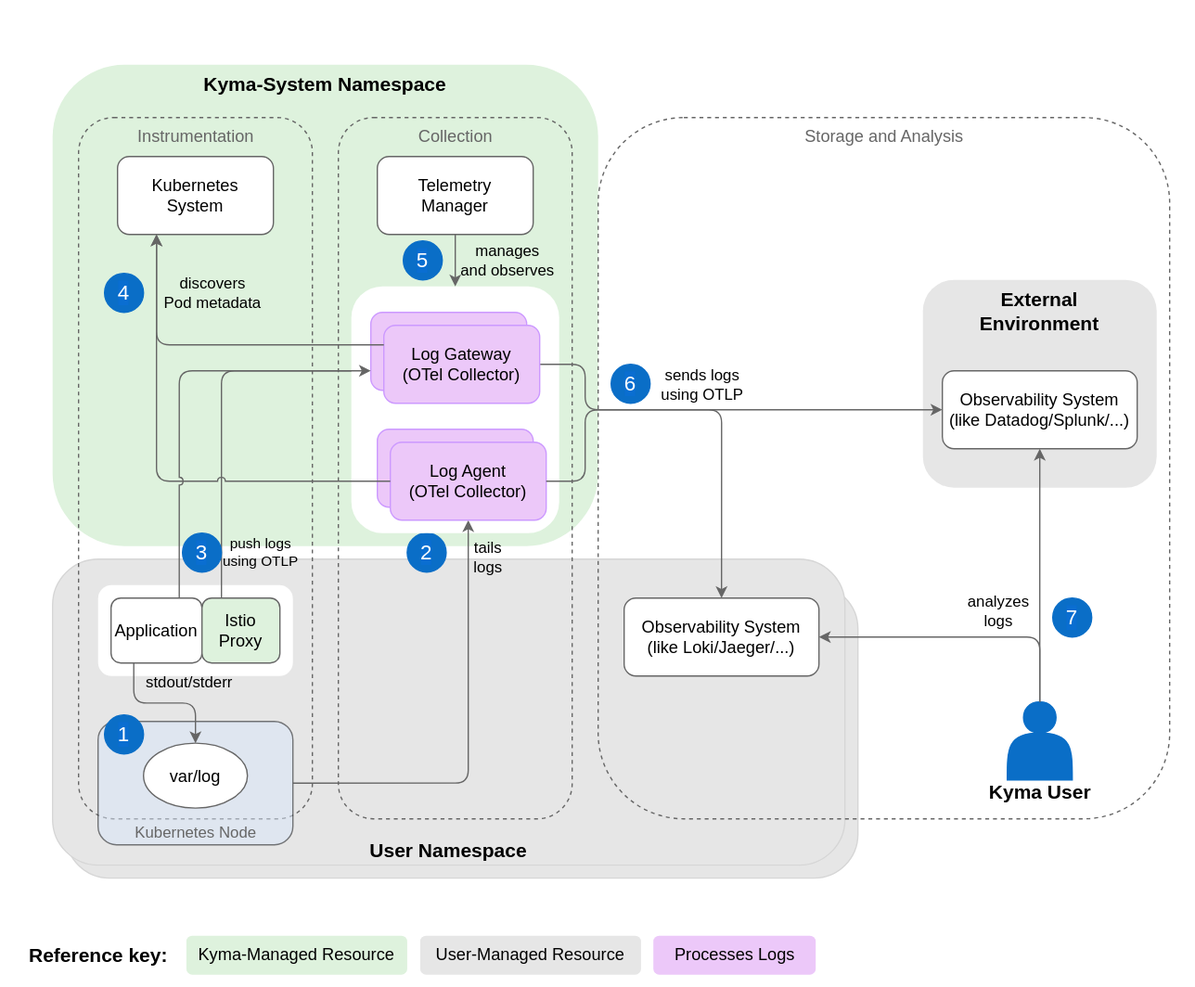
Earlier version of the draw.io export docs/user/assets/logs-arch.drawio.svg (kyma-project/telemetry-manager). Source tidied: cells renumbered, new cells last; positions are measured from the earlier drawing's top-left corner, leaving out a move shared by most shapes.
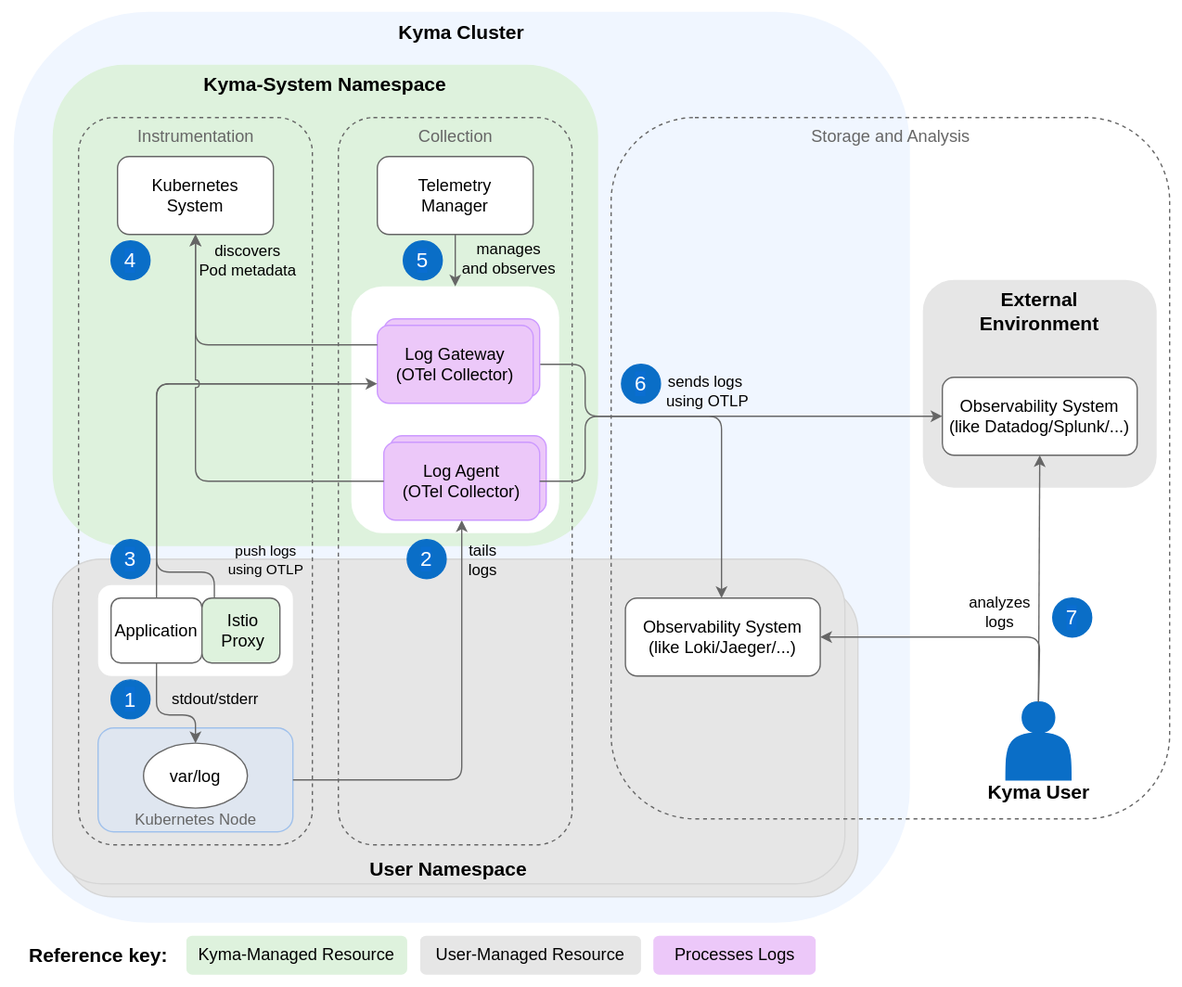
The same diagram one commit later.

Commit message:
restore kyma cluster and reduce line jumps

The edit, as a diff of the source:
```diff
@@ -4,8 +4,8 @@
     <mxCell id="1" parent="0" />
+    <mxCell id="3" style="rounded=0;whiteSpace=wrap;html=1;fillColor=#FFFFFF;strokeColor=none;" parent="1" vertex="1">
+      <mxGeometry width="910" height="760" as="geometry" />
+    </mxCell>
     <mxCell id="2" value="&lt;b style=&quot;color: rgb(0, 0, 0); font-size: 15px;&quot;&gt;&lt;font style=&quot;font-size: 15px;&quot;&gt;Kyma Cluster&lt;br style=&quot;font-size: 15px;&quot;&gt;&lt;/font&gt;&lt;/b&gt;" style="rounded=1;whiteSpace=wrap;html=1;fillColor=#F0F6FF;strokeColor=none;fontColor=#333333;verticalAlign=top;fontSize=15;" parent="1" vertex="1">
-      <mxGeometry x="10" y="8.6" width="680" height="701.4" as="geometry" />
+      <mxGeometry x="10" y="8.6" width="690" height="701.4" as="geometry" />
     </mxCell>
-    <mxCell id="3" style="rounded=0;whiteSpace=wrap;html=1;fillColor=#FFFFFF;strokeColor=none;" parent="1" vertex="1">
-      <mxGeometry width="920" height="760" as="geometry" />
-    </mxCell>
     <mxCell id="4" value="&lt;b style=&quot;color: rgb(0, 0, 0); font-size: 15px;&quot;&gt;Kyma-System Namespace&lt;br style=&quot;font-size: 15px;&quot;&gt;&lt;/b&gt;" style="rounded=1;whiteSpace=wrap;html=1;dashed=1;fillColor=#DEF2DD;strokeColor=none;verticalAlign=top;fontSize=15;" parent="1" vertex="1">
@@ -14,3 +14,3 @@
     <mxCell id="5" style="group;" parent="1" vertex="1">
-      <mxGeometry x="755" y="540" width="90" height="79" as="geometry" />
+      <mxGeometry x="754" y="540" width="90" height="79" as="geometry" />
     </mxCell>
@@ -23,9 +23,9 @@
     <mxCell id="8" style="rounded=1;whiteSpace=wrap;html=1;fillColor=#E6E6E6;strokeColor=#d6d6d6;" parent="1" vertex="1">
-      <mxGeometry x="50" y="450" width="610" height="225.7" as="geometry" />
+      <mxGeometry x="50" y="450" width="610" height="240" as="geometry" />
     </mxCell>
     <mxCell id="9" value="&lt;b style=&quot;color: rgb(0, 0, 0); font-size: 15px;&quot;&gt;User Namespace&lt;br style=&quot;font-size: 15px;&quot;&gt;&lt;/b&gt;" style="rounded=1;whiteSpace=wrap;html=1;fillColor=#E6E6E6;strokeColor=#D6D6D6;verticalAlign=bottom;fontSize=15;" parent="1" vertex="1">
-      <mxGeometry x="40" y="430" width="610" height="235.7" as="geometry" />
+      <mxGeometry x="40" y="430" width="610" height="250" as="geometry" />
     </mxCell>
     <mxCell id="10" value="&lt;font color=&quot;#666666&quot; style=&quot;font-size: 13px;&quot;&gt;Storage and Analysis&lt;br style=&quot;font-size: 13px;&quot;&gt;&lt;/font&gt;" style="html=1;fillColor=none;strokeColor=#666666;rounded=1;dashed=1;verticalAlign=top;fontSize=13;" parent="1" vertex="1">
-      <mxGeometry x="460" y="90" width="440" height="540" as="geometry" />
+      <mxGeometry x="470" y="90" width="430" height="540" as="geometry" />
     </mxCell>
@@ -35,12 +35,12 @@
     <mxCell id="12" value="Observability System&lt;br style=&quot;font-size: 13px;&quot;&gt;(like Datadog/Splunk/...)" style="rounded=1;whiteSpace=wrap;html=1;fontColor=#000000;fillColor=#FFFFFF;strokeColor=#666666;fontSize=13;" parent="1" vertex="1">
-      <mxGeometry x="725" y="285" width="150" height="60" as="geometry" />
+      <mxGeometry x="725" y="290" width="150" height="60" as="geometry" />
     </mxCell>
     <mxCell id="13" value="Observability System&lt;br style=&quot;font-size: 13px;&quot;&gt;(like Loki/Jaeger/...)" style="rounded=1;whiteSpace=wrap;html=1;fontColor=#000000;fillColor=#FFFFFF;strokeColor=#666666;fontSize=13;" parent="1" vertex="1">
-      <mxGeometry x="480" y="460" width="150" height="60" as="geometry" />
+      <mxGeometry x="481" y="460" width="150" height="60" as="geometry" />
     </mxCell>
     <mxCell id="14" value="&lt;font color=&quot;#666666&quot; style=&quot;font-size: 13px;&quot;&gt;Instrumentation&lt;br style=&quot;font-size: 13px;&quot;&gt;&lt;/font&gt;" style="html=1;fillColor=none;strokeColor=#666666;rounded=1;dashed=1;verticalAlign=top;fontSize=13;" parent="1" vertex="1">
-      <mxGeometry x="60" y="90" width="180" height="540" as="geometry" />
+      <mxGeometry x="60" y="90" width="180" height="560" as="geometry" />
     </mxCell>
     <mxCell id="15" value="&lt;font color=&quot;#666666&quot; style=&quot;font-size: 13px;&quot;&gt;Collection&lt;br style=&quot;font-size: 13px;&quot;&gt;&lt;/font&gt;" style="html=1;fillColor=none;strokeColor=#666666;rounded=1;dashed=1;verticalAlign=top;fontSize=13;" parent="1" vertex="1">
-      <mxGeometry x="260" y="90" width="180" height="540" as="geometry" />
+      <mxGeometry x="260" y="90" width="180" height="560" as="geometry" />
     </mxCell>
@@ -59,6 +59,6 @@
     <mxCell id="20" value="&lt;font style=&quot;font-size: 16px&quot;&gt;6&lt;/font&gt;" style="ellipse;whiteSpace=wrap;html=1;labelBackgroundColor=#0A6ED1;fontColor=#FFFFFF;fillColor=#0A6EC7;strokeColor=#0A6EC7;" parent="1" vertex="1">
-      <mxGeometry x="470" y="280" width="30" height="30" as="geometry" />
+      <mxGeometry x="478" y="280" width="30" height="30" as="geometry" />
     </mxCell>
     <mxCell id="21" value="stdout/stderr" style="text;html=1;align=center;verticalAlign=middle;fontSize=12;" parent="1" vertex="1">
-      <mxGeometry x="100" y="510" width="90" height="30" as="geometry" />
+      <mxGeometry x="120" y="523" width="90" height="30" as="geometry" />
     </mxCell>
@@ -67,5 +67,2 @@
     </mxCell>
-    <mxCell id="23" value="&lt;font style=&quot;font-size: 16px&quot;&gt;4&lt;/font&gt;" style="ellipse;whiteSpace=wrap;html=1;labelBackgroundColor=#0A6ED1;fontColor=#FFFFFF;fillColor=#0A6EC7;strokeColor=#0A6EC7;" parent="1" vertex="1">
-      <mxGeometry x="80" y="210" width="30" height="30" as="geometry" />
-    </mxCell>
     <mxCell id="24" value="&lt;font style=&quot;font-size: 16px&quot;&gt;5&lt;/font&gt;" style="ellipse;whiteSpace=wrap;html=1;labelBackgroundColor=#0A6ED1;fontColor=#FFFFFF;fillColor=#0A6EC7;strokeColor=#0A6EC7;" parent="1" vertex="1">
@@ -73,4 +70,4 @@
     </mxCell>
-    <mxCell id="25" value="&lt;font color=&quot;#666666&quot;&gt;Kubernetes Node&lt;br&gt;&lt;/font&gt;" style="html=1;fillColor=#dae8fc;strokeColor=default;rounded=1;verticalAlign=bottom;opacity=50;" parent="1" vertex="1">
-      <mxGeometry x="75" y="555" width="150" height="95" as="geometry" />
+    <mxCell id="25" value="&lt;font color=&quot;#666666&quot;&gt;Kubernetes Node&lt;br&gt;&lt;/font&gt;" style="html=1;fillColor=#dae8fc;strokeColor=#5f9beb;rounded=1;verticalAlign=bottom;opacity=50;" parent="1" vertex="1">
+      <mxGeometry x="75" y="560" width="150" height="80" as="geometry" />
     </mxCell>
@@ -80,3 +77,3 @@
     <mxCell id="27" value="&lt;font style=&quot;font-size: 16px&quot;&gt;1&lt;/font&gt;" style="ellipse;whiteSpace=wrap;html=1;labelBackgroundColor=#0A6ED1;fontColor=#FFFFFF;fillColor=#0A6EC7;strokeColor=#0A6EC7;" parent="1" vertex="1">
-      <mxGeometry x="80" y="550" width="30" height="30" as="geometry" />
+      <mxGeometry x="85" y="523" width="30" height="30" as="geometry" />
     </mxCell>
@@ -91,4 +88,9 @@
     </mxCell>
-    <mxCell id="31" style="edgeStyle=orthogonalEdgeStyle;rounded=1;jettySize=auto;html=1;startArrow=none;startFill=0;endArrow=classic;endFill=1;strokeColor=#666666;exitX=0.25;exitY=1;exitDx=0;exitDy=0;entryX=0.5;entryY=0;entryDx=0;entryDy=0;" parent="1" edge="1" source="29" target="26">
-      <mxGeometry relative="1" as="geometry" />
+    <mxCell id="31" style="edgeStyle=orthogonalEdgeStyle;rounded=1;jettySize=auto;html=1;startArrow=none;startFill=0;endArrow=classic;endFill=1;strokeColor=#666666;exitX=0.5;exitY=1;exitDx=0;exitDy=0;entryX=0.5;entryY=0;entryDx=0;entryDy=0;" parent="1" edge="1" source="29" target="26">
+      <mxGeometry relative="1" as="geometry">
+        <Array as="points">
+          <mxPoint x="120" y="550" />
+          <mxPoint x="150" y="550" />
+        </Array>
+      </mxGeometry>
     </mxCell>
@@ -119,4 +121,10 @@
     </mxCell>
-    <mxCell id="37" style="edgeStyle=orthogonalEdgeStyle;rounded=1;jettySize=auto;html=1;startArrow=none;startFill=0;endArrow=classic;endFill=1;strokeColor=#666666;entryX=0;entryY=0.75;entryDx=0;entryDy=0;exitX=0.25;exitY=0;exitDx=0;exitDy=0;jumpStyle=arc;" parent="1" edge="1" source="30" target="52">
-      <mxGeometry relative="1" as="geometry" />
+    <mxCell id="37" style="edgeStyle=orthogonalEdgeStyle;rounded=1;jettySize=auto;html=1;startArrow=none;startFill=0;endArrow=classic;endFill=1;strokeColor=#666666;exitX=0.159;exitY=0.002;exitDx=0;exitDy=0;jumpStyle=none;entryX=0;entryY=0.75;entryDx=0;entryDy=0;exitPerimeter=0;" parent="1" edge="1" source="30" target="53">
+      <mxGeometry relative="1" as="geometry">
+        <Array as="points">
+          <mxPoint x="165" y="440" />
+          <mxPoint x="120" y="440" />
+          <mxPoint x="120" y="295" />
+        </Array>
+      </mxGeometry>
     </mxCell>
@@ -124,3 +132,3 @@
       <mxGeometry x="-0.69" y="1" relative="1" as="geometry">
-        <mxPoint x="31" y="9" as="offset" />
+        <mxPoint x="76" y="-11" as="offset" />
       </mxGeometry>
@@ -128,6 +136,6 @@
     <mxCell id="39" value="&lt;font style=&quot;font-size: 16px&quot;&gt;3&lt;/font&gt;" style="ellipse;whiteSpace=wrap;html=1;labelBackgroundColor=#0A6ED1;fontColor=#FFFFFF;fillColor=#0A6EC7;strokeColor=#0A6EC7;" parent="1" vertex="1">
-      <mxGeometry x="140" y="410" width="30" height="30" as="geometry" />
+      <mxGeometry x="85" y="415" width="30" height="30" as="geometry" />
     </mxCell>
     <mxCell id="40" value="&lt;font style=&quot;font-size: 16px&quot;&gt;2&lt;/font&gt;" style="ellipse;whiteSpace=wrap;html=1;labelBackgroundColor=#0A6ED1;fontColor=#FFFFFF;fillColor=#0A6EC7;strokeColor=#0A6EC7;" parent="1" vertex="1">
-      <mxGeometry x="313" y="410" width="30" height="30" as="geometry" />
+      <mxGeometry x="313" y="415" width="30" height="30" as="geometry" />
     </mxCell>
@@ -140,3 +148,3 @@
     <mxCell id="43" value="Log Agent&lt;br&gt;(Fluent Bit)" style="rounded=1;whiteSpace=wrap;html=1;fillColor=#ecc8f9;strokeColor=#CC99FF;fontColor=#000000;" parent="1" vertex="1">
-      <mxGeometry x="290" y="330" width="120" height="60" as="geometry" />
+      <mxGeometry x="300" y="335" width="120" height="60" as="geometry" />
     </mxCell>
@@ -147,3 +155,3 @@
       <mxGeometry x="0.35" y="-4" relative="1" as="geometry">
-        <mxPoint x="11" y="-80" as="offset" />
+        <mxPoint x="11" y="-78" as="offset" />
       </mxGeometry>
@@ -151,16 +159,4 @@
     <mxCell id="46" value="Log Agent&lt;br style=&quot;font-size: 13px;&quot;&gt;(OTel Collector)" style="rounded=1;whiteSpace=wrap;html=1;fillColor=#ecc8f9;strokeColor=#CC99FF;fontColor=#000000;fontSize=13;" parent="1" vertex="1">
-      <mxGeometry x="300" y="340" width="120" height="60" as="geometry" />
+      <mxGeometry x="295" y="340" width="120" height="60" as="geometry" />
     </mxCell>
-    <mxCell id="47" style="edgeStyle=orthogonalEdgeStyle;rounded=1;jettySize=auto;html=1;startArrow=none;startFill=0;endArrow=classic;endFill=1;strokeColor=#666666;entryX=0.25;entryY=1;entryDx=0;entryDy=0;exitX=0;exitY=0.5;exitDx=0;exitDy=0;jumpStyle=arc;" parent="1" edge="1" source="46" target="19">
-      <mxGeometry relative="1" as="geometry">
-        <Array as="points">
-          <mxPoint x="120" y="370" />
-        </Array>
-      </mxGeometry>
-    </mxCell>
-    <mxCell id="48" value="&lt;font style=&quot;font-size: 12px;&quot;&gt;discovers&lt;br style=&quot;font-size: 12px;&quot;&gt;Pod metadata&lt;/font&gt;" style="text;html=1;align=center;verticalAlign=middle;labelBackgroundColor=none;fontSize=12;" parent="47" vertex="1">
-      <mxGeometry x="-0.24" y="2" relative="1" as="geometry">
-        <mxPoint x="3" y="-147" as="offset" />
-      </mxGeometry>
-    </mxCell>
     <mxCell id="49" style="edgeStyle=orthogonalEdgeStyle;rounded=1;jettySize=auto;html=1;entryX=0;entryY=0.5;entryDx=0;entryDy=0;strokeColor=#666666;exitX=1;exitY=0.5;exitDx=0;exitDy=0;" parent="1" edge="1" source="53" target="12">
@@ -169,3 +165,4 @@
           <mxPoint x="450" y="280" />
-          <mxPoint x="450" y="315" />
+          <mxPoint x="450" y="320" />
+          <mxPoint x="725" y="320" />
         </Array>
@@ -175,3 +172,3 @@
       <mxGeometry x="-0.14" y="-2" relative="1" as="geometry">
-        <mxPoint x="11" y="-22" as="offset" />
+        <mxPoint x="20" y="-22" as="offset" />
       </mxGeometry>
@@ -182,4 +179,4 @@
           <mxPoint x="450" y="370" />
-          <mxPoint x="450" y="315" />
-          <mxPoint x="555" y="315" />
+          <mxPoint x="450" y="320" />
+          <mxPoint x="555" y="320" />
         </Array>
@@ -188,15 +185,8 @@
     <mxCell id="52" value="Log Agent&lt;br&gt;(Fluent Bit)" style="rounded=1;whiteSpace=wrap;html=1;fillColor=#ecc8f9;strokeColor=#CC99FF;fontColor=#000000;" parent="1" vertex="1">
-      <mxGeometry x="285" y="240" width="120" height="60" as="geometry" />
+      <mxGeometry x="295" y="245" width="120" height="60" as="geometry" />
     </mxCell>
     <mxCell id="53" value="Log Gateway&lt;br style=&quot;font-size: 13px;&quot;&gt;(OTel Collector)" style="rounded=1;whiteSpace=wrap;html=1;fillColor=#ecc8f9;strokeColor=#CC99FF;fontColor=#000000;fontSize=13;" parent="1" vertex="1">
-      <mxGeometry x="295" y="250" width="120" height="60" as="geometry" />
+      <mxGeometry x="290" y="250" width="120" height="60" as="geometry" />
     </mxCell>
-    <mxCell id="54" style="edgeStyle=orthogonalEdgeStyle;rounded=1;jettySize=auto;html=1;startArrow=none;startFill=0;endArrow=classic;endFill=1;strokeColor=#666666;entryX=0.25;entryY=1;entryDx=0;entryDy=0;exitX=0;exitY=0.25;exitDx=0;exitDy=0;" parent="1" edge="1" source="53" target="19">
-      <mxGeometry relative="1" as="geometry">
-        <Array as="points">
-          <mxPoint x="120" y="265" />
-        </Array>
-      </mxGeometry>
-    </mxCell>
-    <mxCell id="55" style="edgeStyle=orthogonalEdgeStyle;rounded=1;jettySize=auto;html=1;startArrow=none;startFill=0;endArrow=classic;endFill=1;strokeColor=#666666;entryX=0;entryY=0.75;entryDx=0;entryDy=0;exitX=0.75;exitY=0;exitDx=0;exitDy=0;jumpStyle=arc;" parent="1" edge="1" source="29" target="52">
+    <mxCell id="55" style="edgeStyle=orthogonalEdgeStyle;rounded=1;jettySize=auto;html=1;startArrow=none;startFill=0;endArrow=classic;endFill=1;strokeColor=#666666;entryX=0;entryY=0.75;entryDx=0;entryDy=0;exitX=0.5;exitY=0;exitDx=0;exitDy=0;jumpStyle=none;" parent="1" edge="1" source="29" target="53">
       <mxGeometry relative="1" as="geometry" />
@@ -213,5 +203,22 @@
       <mxGeometry x="0.21" y="3" relative="1" as="geometry">
-        <mxPoint x="37" y="-4" as="offset" />
+        <mxPoint x="37" y="-7" as="offset" />
       </mxGeometry>
     </mxCell>
+    <mxCell id="23" value="&lt;font style=&quot;font-size: 16px&quot;&gt;4&lt;/font&gt;" style="ellipse;whiteSpace=wrap;html=1;labelBackgroundColor=#0A6ED1;fontColor=#FFFFFF;fillColor=#0A6EC7;strokeColor=#0A6EC7;" parent="1" vertex="1">
+      <mxGeometry x="85" y="185" width="30" height="30" as="geometry" />
+    </mxCell>
+    <mxCell id="47" style="edgeStyle=orthogonalEdgeStyle;rounded=1;jettySize=auto;html=1;startArrow=none;startFill=0;endArrow=classic;endFill=1;strokeColor=#666666;entryX=0.5;entryY=1;entryDx=0;entryDy=0;exitX=0;exitY=0.5;exitDx=0;exitDy=0;labelBackgroundColor=none;jumpStyle=arc;" parent="1" edge="1" source="46" target="19">
+      <mxGeometry x="0.83" y="-40" relative="1" as="geometry">
+        <Array as="points">
+          <mxPoint x="150" y="370" />
+        </Array>
+      </mxGeometry>
+    </mxCell>
+    <mxCell id="54" value="&lt;meta charset=&quot;utf-8&quot;&gt;&lt;span style=&quot;color: rgb(0, 0, 0); font-family: Helvetica; font-size: 12px; font-style: normal; font-variant-ligatures: normal; font-variant-caps: normal; font-weight: 400; letter-spacing: normal; orphans: 2; text-align: center; text-indent: 0px; text-transform: none; widows: 2; word-spacing: 0px; -webkit-text-stroke-width: 0px; text-decoration-thickness: initial; text-decoration-style: initial; text-decoration-color: initial; float: none; display: inline !important;&quot;&gt;discovers&lt;/span&gt;&lt;br style=&quot;border-color: var(--border-color); color: rgb(0, 0, 0); font-family: Helvetica; font-size: 12px; font-style: normal; font-variant-ligatures: normal; font-variant-caps: normal; font-weight: 400; letter-spacing: normal; orphans: 2; text-align: center; text-indent: 0px; text-transform: none; widows: 2; word-spacing: 0px; -webkit-text-stroke-width: 0px; text-decoration-thickness: initial; text-decoration-style: initial; text-decoration-color: initial;&quot;&gt;&lt;span style=&quot;color: rgb(0, 0, 0); font-family: Helvetica; font-size: 12px; font-style: normal; font-variant-ligatures: normal; font-variant-caps: normal; font-weight: 400; letter-spacing: normal; orphans: 2; text-align: center; text-indent: 0px; text-transform: none; widows: 2; word-spacing: 0px; -webkit-text-stroke-width: 0px; text-decoration-thickness: initial; text-decoration-style: initial; text-decoration-color: initial; float: none; display: inline !important;&quot;&gt;Pod metadata&lt;/span&gt;" style="edgeStyle=orthogonalEdgeStyle;rounded=1;jettySize=auto;html=1;startArrow=none;startFill=0;endArrow=classic;endFill=1;strokeColor=#666666;entryX=0.5;entryY=1;entryDx=0;entryDy=0;exitX=0;exitY=0.25;exitDx=0;exitDy=0;labelBackgroundColor=none;" parent="1" edge="1" source="53" target="19">
+      <mxGeometry x="0.83" y="-40" relative="1" as="geometry">
+        <Array as="points">
+          <mxPoint x="150" y="265" />
+        </Array>
+      </mxGeometry>
+    </mxCell>
   </root>
```
